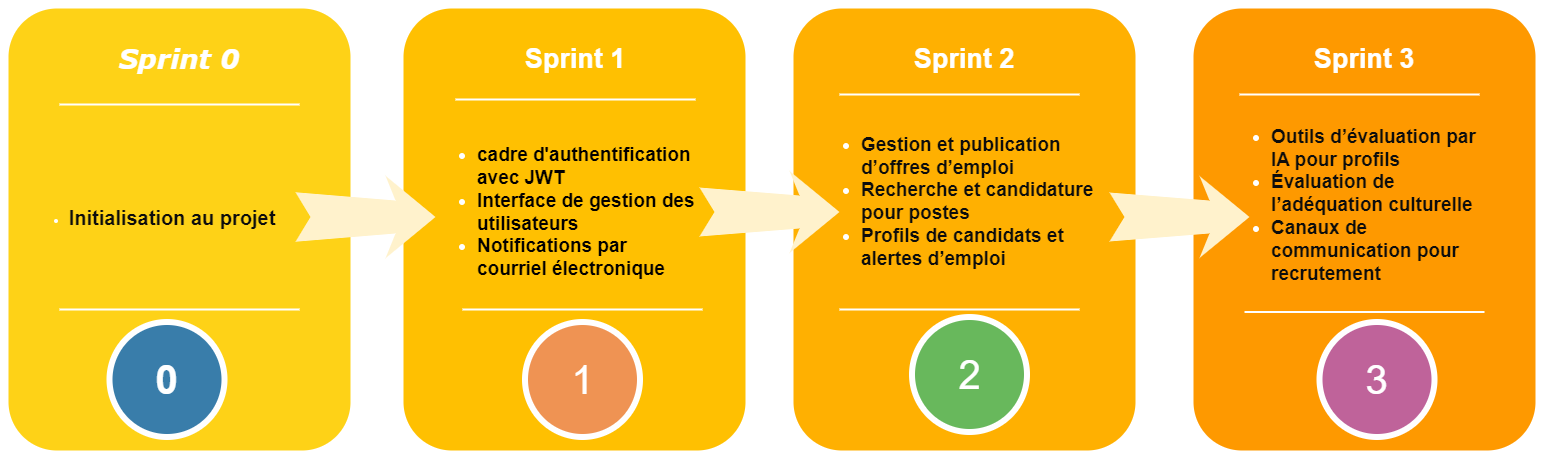
Above: sprints.png in chirine1/-project (draw.io), before the change. Source tidied: cells renumbered, new cells last; positions are measured from the earlier drawing's top-left corner, leaving out a move shared by most shapes.
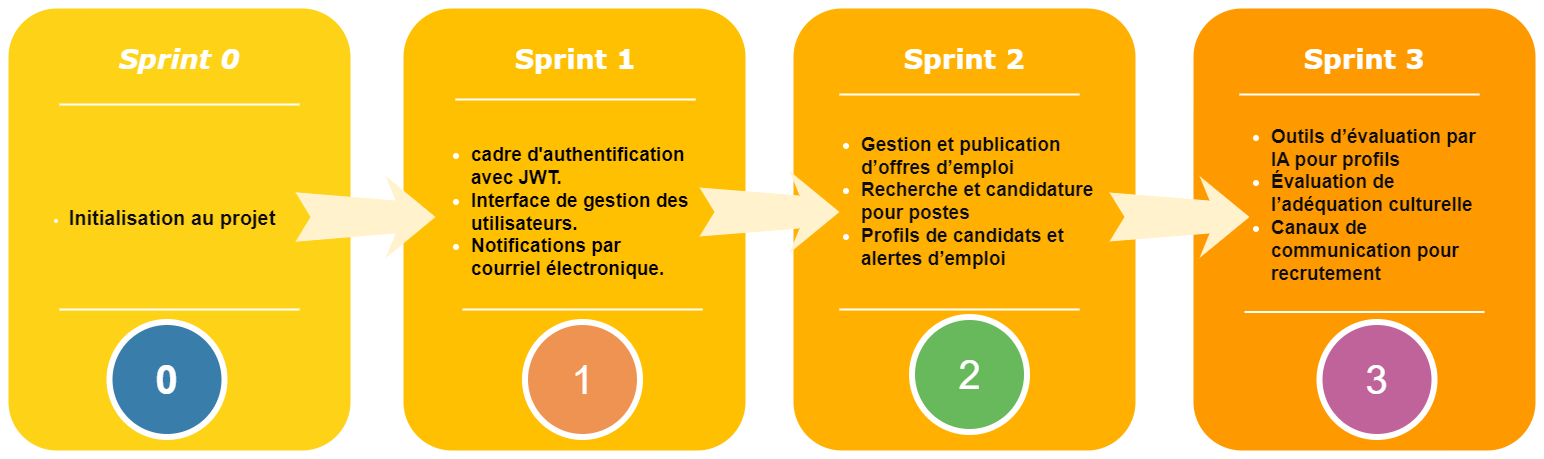
After the change.

Commit message:
Mettre à jour sprints.png

What changed in the source:
```diff
@@ -20,11 +20,11 @@
     <mxCell id="7" style="whiteSpace=wrap;html=1;rounded=1;shadow=0;strokeWidth=8;fontSize=20;align=center;fillColor=#FFC001;strokeColor=#FFFFFF;" parent="1" vertex="1">
       <mxGeometry x="395" width="350" height="450" as="geometry" />
     </mxCell>
-    <mxCell id="8" value="Sprint 1" style="text;html=1;strokeColor=none;fillColor=none;align=center;verticalAlign=middle;whiteSpace=wrap;rounded=0;shadow=0;fontSize=27;fontColor=#FFFFFF;fontStyle=1;" parent="1" vertex="1">
+    <mxCell id="8" value="&lt;font face=&quot;Verdana&quot;&gt;Sprint 1&lt;/font&gt;" style="text;html=1;strokeColor=none;fillColor=none;align=center;verticalAlign=middle;whiteSpace=wrap;rounded=0;shadow=0;fontSize=27;fontColor=#FFFFFF;fontStyle=1;" parent="1" vertex="1">
       <mxGeometry x="458" y="20" width="226" height="70" as="geometry" />
     </mxCell>
-    <mxCell id="9" value="&lt;div style=&quot;font-size: 19px;&quot;&gt;&lt;ul&gt;&lt;li&gt;&lt;font style=&quot;font-size: 19px;&quot; color=&quot;#030000&quot;&gt;&lt;b&gt;cadre d'authentification avec JWT&lt;/b&gt;&lt;/font&gt;&lt;/li&gt;&lt;li&gt;&lt;font style=&quot;font-size: 19px;&quot; color=&quot;#030000&quot;&gt;&lt;b&gt;Interface de gestion des utilisateurs&lt;/b&gt;&lt;/font&gt;&lt;/li&gt;&lt;li&gt;&lt;font style=&quot;font-size: 19px;&quot; color=&quot;#030000&quot;&gt;&lt;b&gt;Notifications par courriel électronique&lt;/b&gt;&lt;/font&gt;&lt;/li&gt;&lt;/ul&gt;&lt;/div&gt;" style="text;html=1;strokeColor=none;fillColor=none;align=left;verticalAlign=middle;whiteSpace=wrap;rounded=0;shadow=0;fontSize=14;fontColor=#FFFFFF;" parent="1" vertex="1">
-      <mxGeometry x="431" y="112.5" width="260" height="190" as="geometry" />
+    <mxCell id="9" value="&lt;div style=&quot;font-size: 19px;&quot;&gt;&lt;ul&gt;&lt;li&gt;&lt;font style=&quot;font-size: 19px;&quot; color=&quot;#030000&quot;&gt;&lt;b&gt;cadre d'authentification avec JWT.&lt;/b&gt;&lt;/font&gt;&lt;/li&gt;&lt;li&gt;&lt;font style=&quot;font-size: 19px;&quot; color=&quot;#030000&quot;&gt;&lt;b&gt;Interface de gestion des utilisateurs.&lt;/b&gt;&lt;/font&gt;&lt;/li&gt;&lt;li&gt;&lt;font style=&quot;font-size: 19px;&quot; color=&quot;#030000&quot;&gt;&lt;b&gt;Notifications par courriel électronique.&lt;/b&gt;&lt;/font&gt;&lt;/li&gt;&lt;/ul&gt;&lt;/div&gt;" style="text;html=1;strokeColor=none;fillColor=none;align=left;verticalAlign=middle;whiteSpace=wrap;rounded=0;shadow=0;fontSize=14;fontColor=#FFFFFF;" parent="1" vertex="1">
+      <mxGeometry x="425" y="112.5" width="266" height="190" as="geometry" />
     </mxCell>
     <mxCell id="10" style="line;strokeWidth=2;html=1;rounded=0;shadow=0;fontSize=27;align=center;fillColor=none;strokeColor=#FFFFFF;" parent="1" vertex="1">
       <mxGeometry x="451" y="90" width="240" height="10" as="geometry" />
@@ -41,10 +41,10 @@
     <mxCell id="14" style="whiteSpace=wrap;html=1;rounded=1;shadow=0;strokeWidth=8;fontSize=20;align=center;fillColor=#FFB001;strokeColor=#FFFFFF;" parent="1" vertex="1">
       <mxGeometry x="785" width="350" height="450" as="geometry" />
     </mxCell>
-    <mxCell id="15" value="Sprint 2" style="text;html=1;strokeColor=none;fillColor=none;align=center;verticalAlign=middle;whiteSpace=wrap;rounded=0;shadow=0;fontSize=27;fontColor=#FFFFFF;fontStyle=1;" parent="1" vertex="1">
+    <mxCell id="15" value="&lt;font face=&quot;Verdana&quot;&gt;Sprint 2&lt;/font&gt;" style="text;html=1;strokeColor=none;fillColor=none;align=center;verticalAlign=middle;whiteSpace=wrap;rounded=0;shadow=0;fontSize=27;fontColor=#FFFFFF;fontStyle=1;" parent="1" vertex="1">
       <mxGeometry x="820" y="25" width="280" height="60" as="geometry" />
     </mxCell>
-    <mxCell id="16" value="&lt;div style=&quot;font-size: 19px;&quot;&gt;&lt;ul&gt;&lt;li&gt;&lt;font color=&quot;#0d0d0d&quot; style=&quot;font-size: 19px;&quot;&gt;&lt;b&gt;Gestion et publication d’offres d’emploi&lt;/b&gt;&lt;/font&gt;&lt;/li&gt;&lt;li&gt;&lt;font color=&quot;#0d0d0d&quot; style=&quot;font-size: 19px;&quot;&gt;&lt;b&gt;Recherche et candidature pour postes&lt;/b&gt;&lt;/font&gt;&lt;/li&gt;&lt;li&gt;&lt;font color=&quot;#0d0d0d&quot; style=&quot;font-size: 19px;&quot;&gt;&lt;b&gt;Profils de candidats et alertes d’emploi&lt;/b&gt;&lt;/font&gt;&lt;/li&gt;&lt;/ul&gt;&lt;/div&gt;&lt;div style=&quot;font-size: 19px;&quot;&gt;&lt;br&gt;&lt;/div&gt;" style="text;html=1;strokeColor=none;fillColor=none;align=left;verticalAlign=middle;whiteSpace=wrap;rounded=0;shadow=0;fontSize=14;fontColor=#FFFFFF;" parent="1" vertex="1">
+    <mxCell id="16" value="&lt;div style=&quot;font-size: 19px;&quot;&gt;&lt;ul&gt;&lt;li&gt;&lt;b style=&quot;color: rgb(13, 13, 13); background-color: initial;&quot;&gt;Gestion et publication d’offres d’emploi&lt;/b&gt;&lt;/li&gt;&lt;li&gt;&lt;font color=&quot;#0d0d0d&quot; style=&quot;font-size: 19px;&quot;&gt;&lt;b&gt;Recherche et candidature pour postes&lt;/b&gt;&lt;/font&gt;&lt;/li&gt;&lt;li&gt;&lt;font color=&quot;#0d0d0d&quot; style=&quot;font-size: 19px;&quot;&gt;&lt;b&gt;Profils de candidats et alertes d’emploi&lt;/b&gt;&lt;/font&gt;&lt;/li&gt;&lt;/ul&gt;&lt;/div&gt;&lt;div style=&quot;font-size: 19px;&quot;&gt;&lt;br&gt;&lt;/div&gt;" style="text;html=1;strokeColor=none;fillColor=none;align=left;verticalAlign=middle;whiteSpace=wrap;rounded=0;shadow=0;fontSize=14;fontColor=#FFFFFF;" parent="1" vertex="1">
       <mxGeometry x="815" y="132.5" width="300" height="152.5" as="geometry" />
     </mxCell>
     <mxCell id="17" style="line;strokeWidth=2;html=1;rounded=0;shadow=0;fontSize=27;align=center;fillColor=none;strokeColor=#FFFFFF;" parent="1" vertex="1">
@@ -62,7 +62,7 @@
     <mxCell id="21" style="whiteSpace=wrap;html=1;rounded=1;shadow=0;strokeWidth=8;fontSize=20;align=center;fillColor=#FE9900;strokeColor=#FFFFFF;" parent="1" vertex="1">
       <mxGeometry x="1185" width="350" height="450" as="geometry" />
     </mxCell>
-    <mxCell id="22" value="Sprint 3" style="text;html=1;strokeColor=none;fillColor=none;align=center;verticalAlign=middle;whiteSpace=wrap;rounded=0;shadow=0;fontSize=27;fontColor=#FFFFFF;fontStyle=1;" parent="1" vertex="1">
+    <mxCell id="22" value="&lt;font face=&quot;Verdana&quot;&gt;Sprint 3&lt;/font&gt;" style="text;html=1;strokeColor=none;fillColor=none;align=center;verticalAlign=middle;whiteSpace=wrap;rounded=0;shadow=0;fontSize=27;fontColor=#FFFFFF;fontStyle=1;" parent="1" vertex="1">
       <mxGeometry x="1220" y="25" width="280" height="60" as="geometry" />
     </mxCell>
     <mxCell id="23" value="&lt;div style=&quot;font-size: 19px;&quot;&gt;&lt;ul&gt;&lt;li&gt;&lt;font color=&quot;#0d0d0d&quot; style=&quot;font-size: 19px;&quot;&gt;&lt;b&gt;Outils d’évaluation par IA pour profils&lt;/b&gt;&lt;/font&gt;&lt;/li&gt;&lt;li&gt;&lt;font color=&quot;#0d0d0d&quot; style=&quot;font-size: 19px;&quot;&gt;&lt;b&gt;Évaluation de l’adéquation culturelle&lt;/b&gt;&lt;/font&gt;&lt;/li&gt;&lt;li&gt;&lt;font color=&quot;#0d0d0d&quot; style=&quot;font-size: 19px;&quot;&gt;&lt;b&gt;Canaux de communication pour recrutement&lt;/b&gt;&lt;/font&gt;&lt;/li&gt;&lt;/ul&gt;&lt;/div&gt;" style="text;html=1;strokeColor=none;fillColor=none;align=left;verticalAlign=middle;whiteSpace=wrap;rounded=0;shadow=0;fontSize=14;fontColor=#FFFFFF;" parent="1" vertex="1">
```
